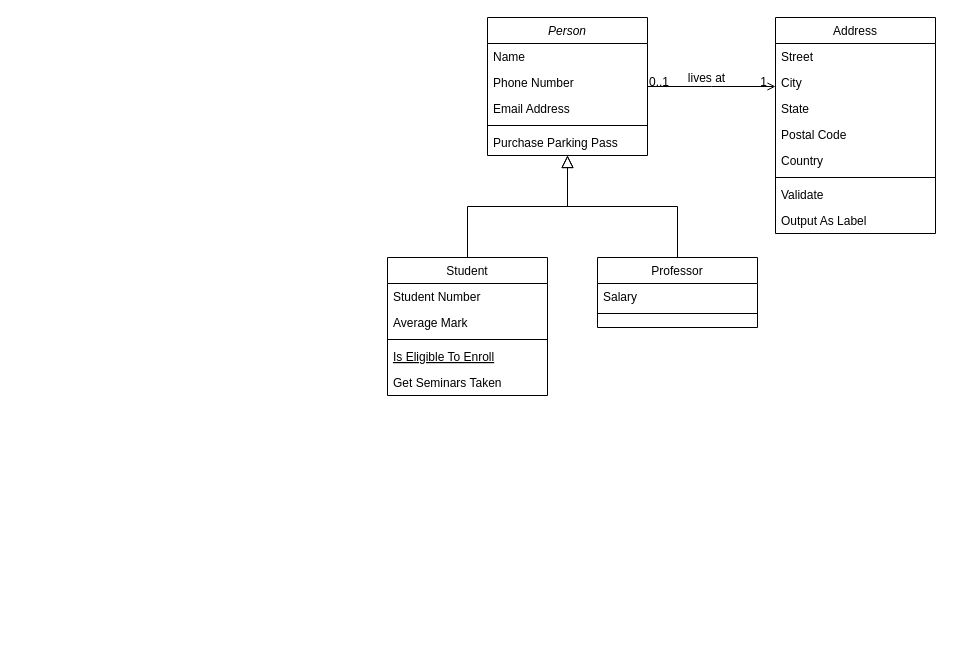
Earlier version of the draw.io diagram Untitled Diagram.drawio (lytran2009/VEF). Source tidied: cells renumbered, new cells numbered last; positions are measured from the earlier drawing's top-left corner, leaving out a move shared by most shapes. Both pictures are drawn from the tidied source at 100%, with x=0, y=0 at pixel (387, 17).
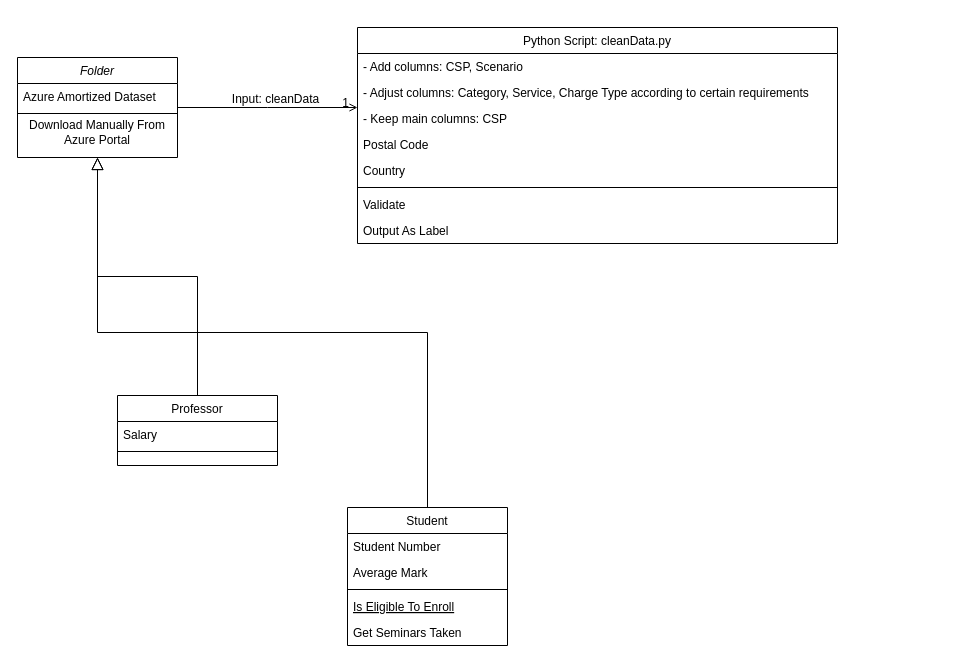
After the change.

Commit message:
Azure Flow Data

The change refers to these unchanged cells:
```xml
<mxCell id="28" style="endArrow=open;shadow=0;strokeWidth=1;rounded=0;endFill=1;edgeStyle=elbowEdgeStyle;elbow=vertical;" parent="1" edge="1" source="2" target="19">
  <mxGeometry x="0.5" y="41" relative="1" as="geometry">
    <mxPoint x="-40" y="32" as="offset" />
  </mxGeometry>
</mxCell>
```

What changed in the source:
```diff
@@
-    <mxCell id="2" value="Person" style="swimlane;fontStyle=2;align=center;verticalAlign=top;horizontal=1;startSize=26;rounded=0;shadow=0;strokeWidth=1;" parent="1" vertex="1">
-      <mxGeometry x="100" width="160" height="138" as="geometry" />
+    <mxCell id="2" value="Folder" style="swimlane;fontStyle=2;align=center;verticalAlign=top;horizontal=1;startSize=26;rounded=0;shadow=0;strokeWidth=1;" parent="1" vertex="1">
+      <mxGeometry x="-370" y="40" width="160" height="100" as="geometry" />
     </mxCell>
-    <mxCell id="3" value="Name" style="text;align=left;verticalAlign=top;spacingLeft=4;spacingRight=4;overflow=hidden;" parent="2" vertex="1">
+    <mxCell id="3" value="Azure Amortized Dataset" style="text;align=left;verticalAlign=top;spacingLeft=4;spacingRight=4;overflow=hidden;" parent="2" vertex="1">
       <mxGeometry y="26" width="160" height="26" as="geometry" />
     </mxCell>
-    <mxCell id="4" value="Phone Number" style="text;align=left;verticalAlign=top;spacingLeft=4;spacingRight=4;overflow=hidden;rounded=0;shadow=0;html=0;" parent="2" vertex="1">
-      <mxGeometry y="52" width="160" height="26" as="geometry" />
-    </mxCell>
-    <mxCell id="5" value="Email Address" style="text;align=left;verticalAlign=top;spacingLeft=4;spacingRight=4;overflow=hidden;rounded=0;shadow=0;html=0;" parent="2" vertex="1">
-      <mxGeometry y="78" width="160" height="26" as="geometry" />
-    </mxCell>
     <mxCell id="6" style="line;html=1;strokeWidth=1;align=left;verticalAlign=middle;spacingTop=-1;spacingLeft=3;spacingRight=3;labelPosition=right;" parent="2" vertex="1">
-      <mxGeometry y="104" width="160" height="8" as="geometry" />
+      <mxGeometry y="52" width="160" height="8" as="geometry" />
     </mxCell>
-    <mxCell id="7" value="Purchase Parking Pass" style="text;align=left;verticalAlign=top;spacingLeft=4;spacingRight=4;overflow=hidden;" parent="2" vertex="1">
-      <mxGeometry y="112" width="160" height="26" as="geometry" />
-    </mxCell>
+    <mxCell id="32" value="Download Manually From Azure Portal" style="text;html=1;strokeColor=none;fillColor=none;align=center;verticalAlign=middle;whiteSpace=wrap;rounded=0;" parent="2" vertex="1">
+      <mxGeometry y="60" width="160" height="30" as="geometry" />
+    </mxCell>
     <mxCell id="8" value="Student" style="swimlane;fontStyle=0;align=center;verticalAlign=top;horizontal=1;startSize=26;rounded=0;shadow=0;strokeWidth=1;" parent="1" vertex="1">
-      <mxGeometry y="240" width="160" height="138" as="geometry" />
+      <mxGeometry x="-40" y="490" width="160" height="138" as="geometry" />
     </mxCell>
@@
     <mxCell id="15" value="Professor" style="swimlane;fontStyle=0;align=center;verticalAlign=top;horizontal=1;startSize=26;rounded=0;shadow=0;strokeWidth=1;" parent="1" vertex="1">
-      <mxGeometry x="210" y="240" width="160" height="70" as="geometry" />
+      <mxGeometry x="-270" y="378" width="160" height="70" as="geometry" />
     </mxCell>
@@
-    <mxCell id="19" value="Address" style="swimlane;fontStyle=0;align=center;verticalAlign=top;horizontal=1;startSize=26;rounded=0;shadow=0;strokeWidth=1;" parent="1" vertex="1">
-      <mxGeometry x="388" width="160" height="216" as="geometry" />
+    <mxCell id="19" value="Python Script: cleanData.py" style="swimlane;fontStyle=0;align=center;verticalAlign=top;horizontal=1;startSize=26;rounded=0;shadow=0;strokeWidth=1;" parent="1" vertex="1">
+      <mxGeometry x="-30" y="10" width="480" height="216" as="geometry" />
     </mxCell>
-    <mxCell id="20" value="Street" style="text;align=left;verticalAlign=top;spacingLeft=4;spacingRight=4;overflow=hidden;" parent="19" vertex="1">
-      <mxGeometry y="26" width="160" height="26" as="geometry" />
+    <mxCell id="20" value="- Add columns: CSP, Scenario" style="text;align=left;verticalAlign=top;spacingLeft=4;spacingRight=4;overflow=hidden;" parent="19" vertex="1">
+      <mxGeometry y="26" width="480" height="26" as="geometry" />
     </mxCell>
-    <mxCell id="21" value="City" style="text;align=left;verticalAlign=top;spacingLeft=4;spacingRight=4;overflow=hidden;rounded=0;shadow=0;html=0;" parent="19" vertex="1">
-      <mxGeometry y="52" width="160" height="26" as="geometry" />
+    <mxCell id="21" value="- Adjust columns: Category, Service, Charge Type according to certain requirements" style="text;align=left;verticalAlign=top;spacingLeft=4;spacingRight=4;overflow=hidden;rounded=0;shadow=0;html=0;" parent="19" vertex="1">
+      <mxGeometry y="52" width="480" height="26" as="geometry" />
     </mxCell>
-    <mxCell id="22" value="State" style="text;align=left;verticalAlign=top;spacingLeft=4;spacingRight=4;overflow=hidden;rounded=0;shadow=0;html=0;" parent="19" vertex="1">
-      <mxGeometry y="78" width="160" height="26" as="geometry" />
+    <mxCell id="22" value="- Keep main columns: CSP" style="text;align=left;verticalAlign=top;spacingLeft=4;spacingRight=4;overflow=hidden;rounded=0;shadow=0;html=0;" parent="19" vertex="1">
+      <mxGeometry y="78" width="480" height="26" as="geometry" />
     </mxCell>
     <mxCell id="23" value="Postal Code" style="text;align=left;verticalAlign=top;spacingLeft=4;spacingRight=4;overflow=hidden;rounded=0;shadow=0;html=0;" parent="19" vertex="1">
-      <mxGeometry y="104" width="160" height="26" as="geometry" />
+      <mxGeometry y="104" width="480" height="26" as="geometry" />
     </mxCell>
     <mxCell id="24" value="Country" style="text;align=left;verticalAlign=top;spacingLeft=4;spacingRight=4;overflow=hidden;rounded=0;shadow=0;html=0;" parent="19" vertex="1">
-      <mxGeometry y="130" width="160" height="26" as="geometry" />
+      <mxGeometry y="130" width="480" height="26" as="geometry" />
     </mxCell>
     <mxCell id="25" style="line;html=1;strokeWidth=1;align=left;verticalAlign=middle;spacingTop=-1;spacingLeft=3;spacingRight=3;labelPosition=right;" parent="19" vertex="1">
-      <mxGeometry y="156" width="160" height="8" as="geometry" />
+      <mxGeometry y="156" width="480" height="8" as="geometry" />
     </mxCell>
     <mxCell id="26" value="Validate" style="text;align=left;verticalAlign=top;spacingLeft=4;spacingRight=4;overflow=hidden;" parent="19" vertex="1">
-      <mxGeometry y="164" width="160" height="26" as="geometry" />
+      <mxGeometry y="164" width="480" height="26" as="geometry" />
     </mxCell>
     <mxCell id="27" value="Output As Label" style="text;align=left;verticalAlign=top;spacingLeft=4;spacingRight=4;overflow=hidden;" parent="19" vertex="1">
-      <mxGeometry y="190" width="160" height="26" as="geometry" />
+      <mxGeometry y="190" width="480" height="26" as="geometry" />
     </mxCell>
@@
-    <mxCell id="29" value="0..1" style="align=left;verticalAlign=bottom;labelBackgroundColor=none;fontSize=12;" parent="28" vertex="1">
-      <mxGeometry x="-1" relative="1" as="geometry">
-        <mxPoint y="4" as="offset" />
-      </mxGeometry>
-    </mxCell>
@@
-    <mxCell id="31" value="lives at" style="text;html=1;align=center;verticalAlign=middle;labelBackgroundColor=none;rounded=0;shadow=0;strokeWidth=1;fontSize=12;" parent="28" vertex="1">
+    <mxCell id="31" value="Input: cleanData" style="text;html=1;align=center;verticalAlign=middle;labelBackgroundColor=none;rounded=0;shadow=0;strokeWidth=1;fontSize=12;" parent="28" vertex="1">
       <mxGeometry x="0.5" y="49" relative="1" as="geometry">
         <mxPoint x="-38" y="40" as="offset" />
       </mxGeometry>
     </mxCell>
```
